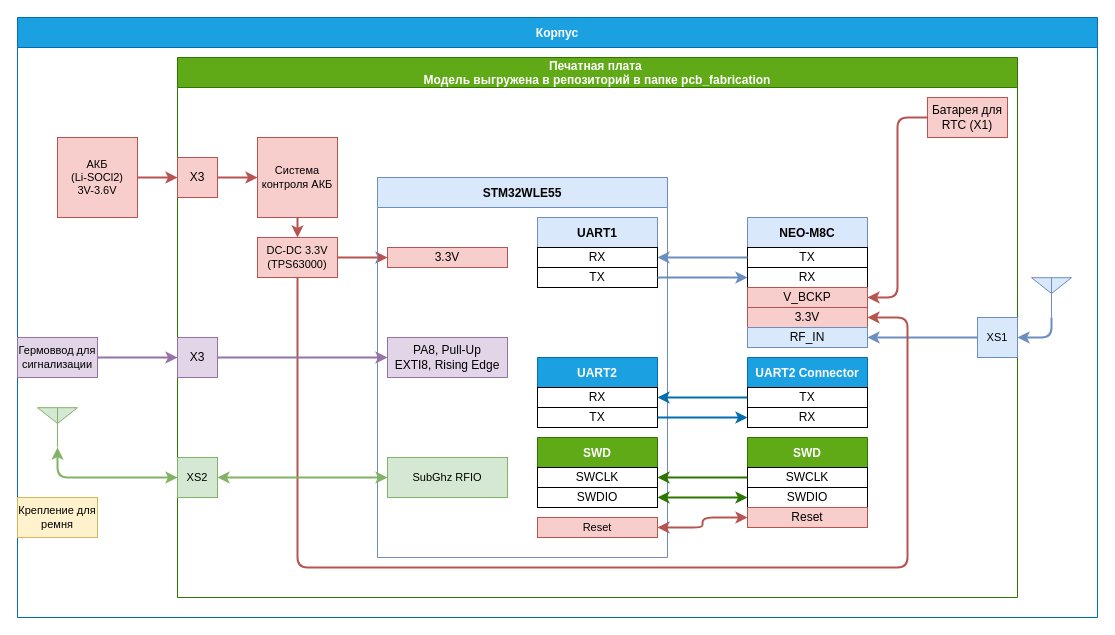
The draw.io diagram doc/Tracker/Структурая схема треккера Peggy Tracker.drawio in Kvenecusghost/Peggy, before the edit. Source tidied: cells renumbered, new cells numbered last; positions are measured from the earlier drawing's top-left corner, leaving out a move shared by most shapes. Both pictures are drawn from the tidied source at 100%, with x=0, y=0 at pixel (17, 17).
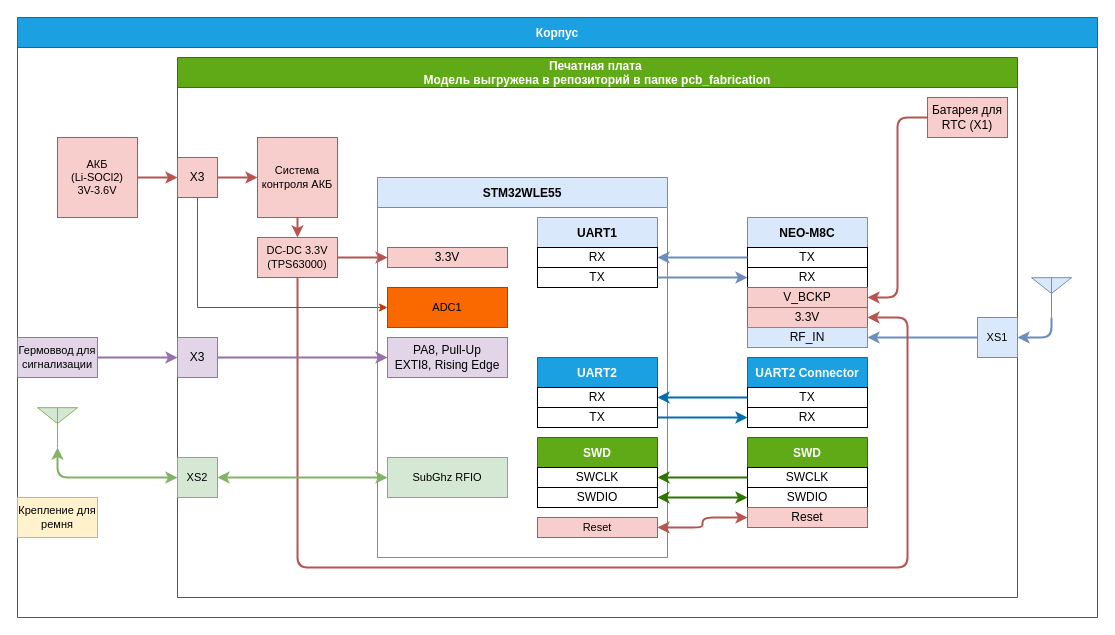
After the change.

Unchanged cells that the change refers to:
```xml
<mxCell id="3" value="Печатная плата &#10;Модель выгружена в репозиторий в папке pcb_fabrication" style="swimlane;startSize=30;fillColor=#60a917;fontColor=#ffffff;strokeColor=#2D7600;" parent="2" vertex="1">
  <mxGeometry x="160" y="40" width="840" height="540" as="geometry" />
</mxCell>
<mxCell id="11" value="X3" style="rounded=0;whiteSpace=wrap;html=1;fillColor=#f8cecc;strokeColor=#b85450;" parent="3" vertex="1">
  <mxGeometry y="100" width="40" height="40" as="geometry" />
</mxCell>
<mxCell id="16" value="STM32WLE55" style="swimlane;startSize=30;fillColor=#dae8fc;strokeColor=#6c8ebf;" parent="3" vertex="1">
  <mxGeometry x="200" y="120" width="290" height="380" as="geometry" />
</mxCell>
```

What changed in the source:
```diff
@@
+    <mxCell id="62" style="edgeStyle=orthogonalEdgeStyle;rounded=0;jettySize=auto;html=1;exitX=0.5;exitY=1;exitDx=0;exitDy=0;entryX=0;entryY=0.5;entryDx=0;entryDy=0;fillColor=#fa6800;strokeColor=#C73500;" parent="3" edge="1" source="11" target="63">
+      <mxGeometry relative="1" as="geometry" />
+    </mxCell>
@@
+    <mxCell id="63" value="ADC1" style="rounded=0;whiteSpace=wrap;html=1;fontSize=11;fillColor=#fa6800;strokeColor=#C73500;fontColor=#000000;" parent="16" vertex="1">
+      <mxGeometry x="10" y="110" width="120" height="40" as="geometry" />
+    </mxCell>
```
